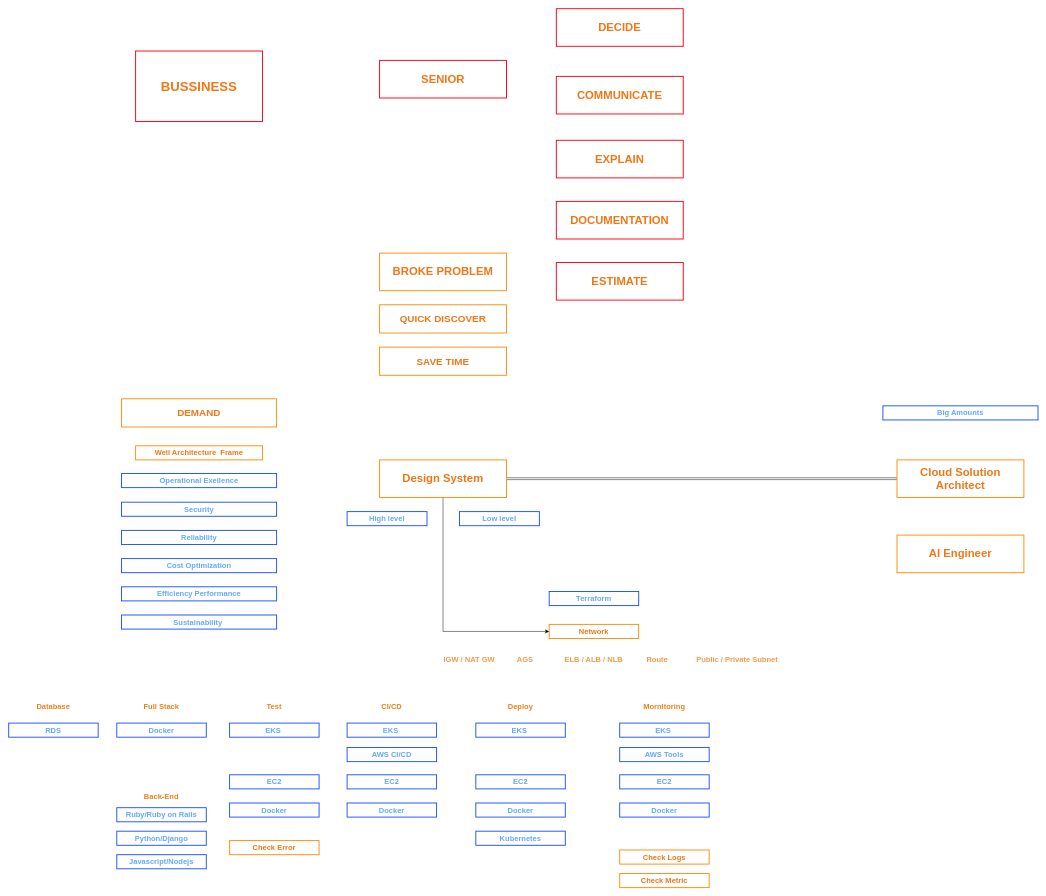
Earlier version of the draw.io diagram page "Trang-1" (1 of 2) of MindSet.drawio (HoangGuruu/drawCloud). Source tidied: cells renumbered, new cells numbered last; positions are measured from the earlier drawing's top-left corner, leaving out a move shared by most shapes. Both pictures are drawn from the tidied source at 47%, with x=0, y=0 at pixel (8, 8).
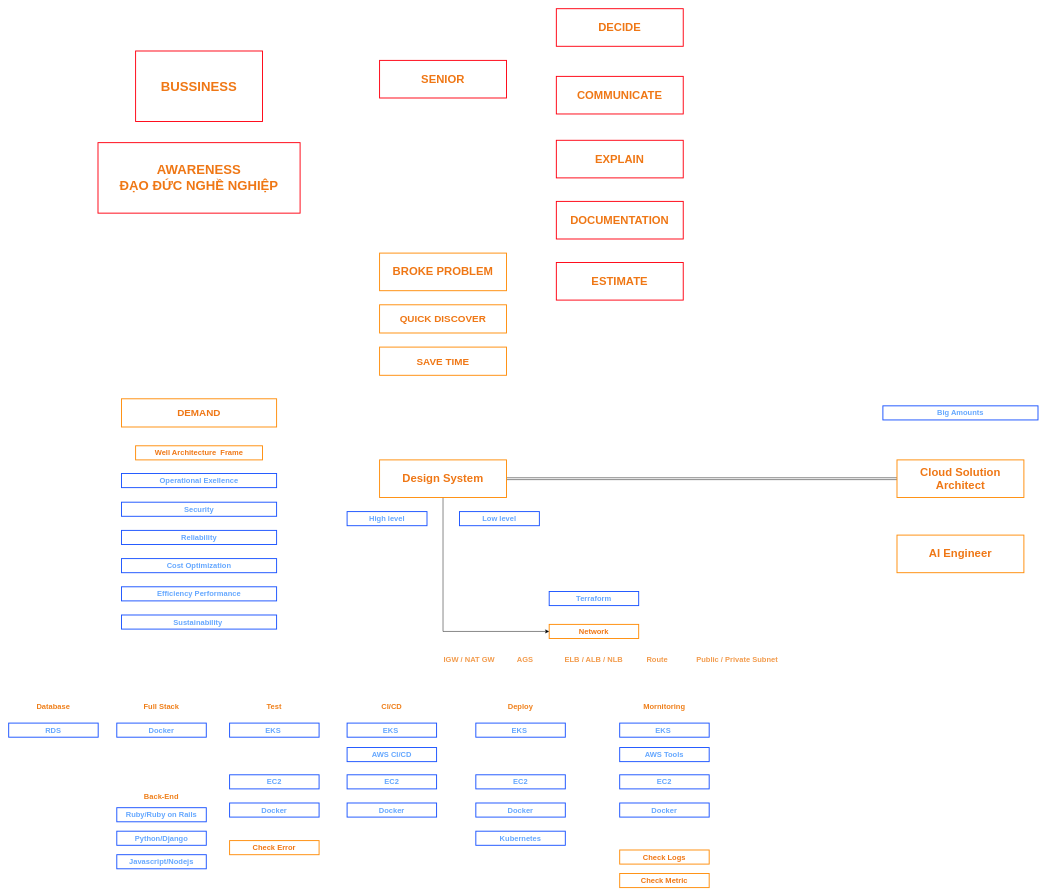
The same page after the edit.

Commit message:
Cập nhật MindSet.drawio

Diff of the diagram source:
```diff
@@
+    <mxCell id="65" value="&lt;span style=&quot;font-size: 28px;&quot;&gt;AWARENESS&lt;/span&gt;&lt;div&gt;&lt;span style=&quot;font-size: 28px;&quot;&gt;ĐẠO ĐỨC NGHỀ NGHIỆP&lt;/span&gt;&lt;/div&gt;" style="text;html=1;strokeColor=#FF0011;fillColor=none;align=center;verticalAlign=middle;whiteSpace=wrap;rounded=0;fontSize=16;fontStyle=1;fontColor=#ef7715;strokeWidth=2;" parent="1" vertex="1">
+      <mxGeometry x="190" y="285" width="430" height="150" as="geometry" />
+    </mxCell>
```
